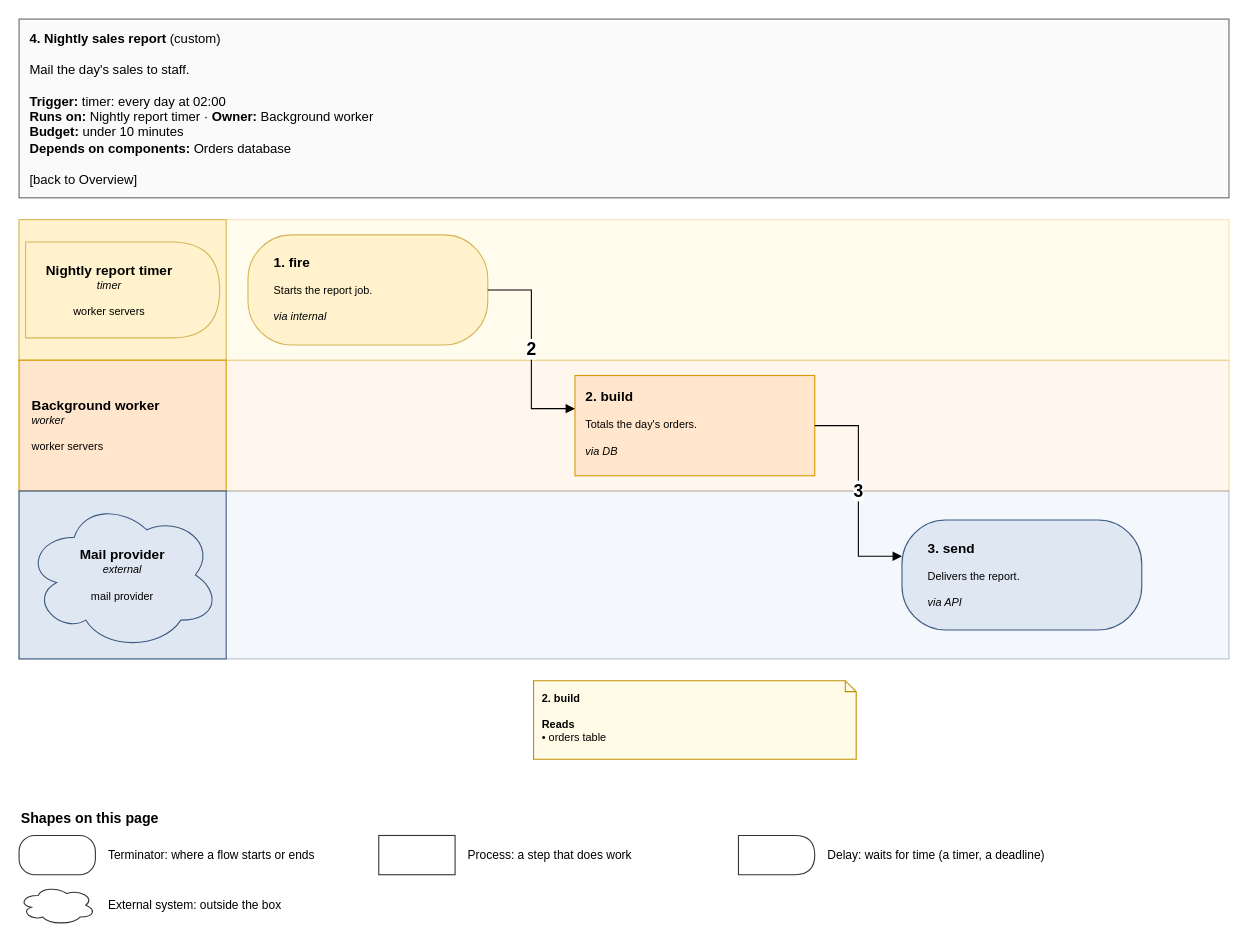
Above: page "4. Nightly sales report" (6 of 7) of specialists/platform/skill-drawio/examples/shop/drawio/flows.drawio in amalikn/skills_stuff (draw.io), before the change. Source tidied: cells renumbered, new cells numbered last; positions are measured from the earlier drawing's top-left corner, leaving out a move shared by most shapes. Both pictures are drawn from the tidied source at 109%, with x=0, y=0 at pixel (19, 19).
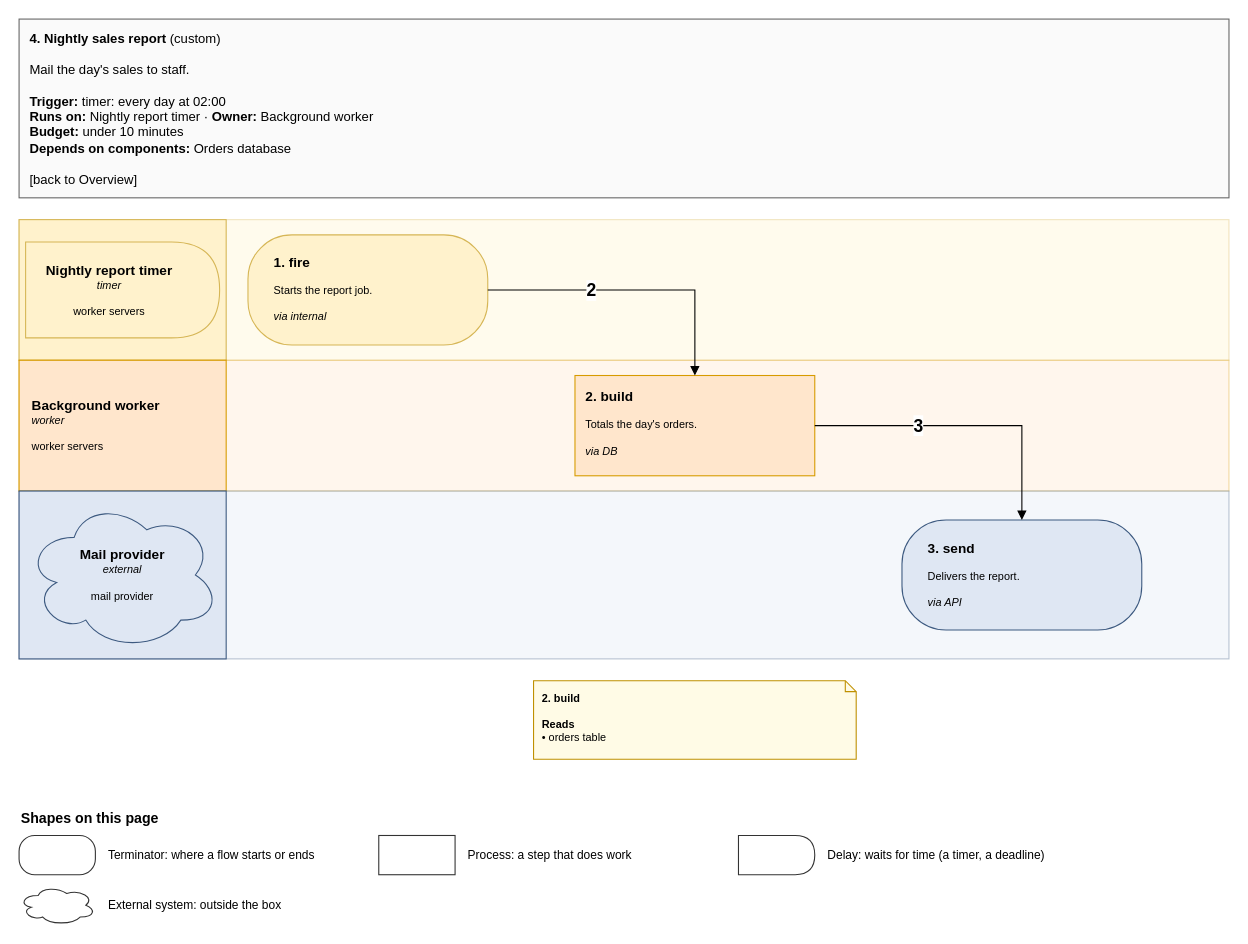
The same diagram, later.

The change refers to these unchanged cells:
```xml
<mxCell id="11" value="&lt;span style=&quot;font-size:125%&quot;&gt;&lt;b&gt;1. fire&lt;/b&gt;&lt;/span&gt;&lt;br&gt; &lt;br&gt;Starts the report job.&lt;br&gt; &lt;br&gt;&lt;i&gt;via internal&lt;/i&gt;" style="rounded=1;whiteSpace=wrap;html=1;fillColor=#fff2cc;strokeColor=#d6b656;fontSize=11;arcSize=8;fontSize=10;align=left;verticalAlign=top;spacingLeft=8;spacingRight=6;spacingTop=6;rounded=1;arcSize=40;spacingLeft=22;spacingRight=18;spacingTop=12;" parent="1" vertex="1">
  <mxGeometry x="210" y="198" width="220" height="101" as="geometry" />
</mxCell>
<mxCell id="12" value="&lt;span style=&quot;font-size:125%&quot;&gt;&lt;b&gt;2. build&lt;/b&gt;&lt;/span&gt;&lt;br&gt; &lt;br&gt;Totals the day&amp;#x27;s orders.&lt;br&gt; &lt;br&gt;&lt;i&gt;via DB&lt;/i&gt;" style="rounded=1;whiteSpace=wrap;html=1;fillColor=#ffe6cc;strokeColor=#d79b00;fontSize=11;arcSize=8;fontSize=10;align=left;verticalAlign=top;spacingLeft=8;spacingRight=6;spacingTop=6;rounded=0;" parent="1" vertex="1">
  <mxGeometry x="510" y="327" width="220" height="92" as="geometry" />
</mxCell>
<mxCell id="14" value="&lt;span style=&quot;font-size:125%&quot;&gt;&lt;b&gt;3. send&lt;/b&gt;&lt;/span&gt;&lt;br&gt; &lt;br&gt;Delivers the report.&lt;br&gt; &lt;br&gt;&lt;i&gt;via API&lt;/i&gt;" style="rounded=1;whiteSpace=wrap;html=1;fillColor=#dfe7f3;strokeColor=#3d5a80;fontSize=11;arcSize=8;fontSize=10;align=left;verticalAlign=top;spacingLeft=8;spacingRight=6;spacingTop=6;rounded=1;arcSize=40;spacingLeft=22;spacingRight=18;spacingTop=12;" parent="1" vertex="1">
  <mxGeometry x="810" y="459.5" width="220" height="101" as="geometry" />
</mxCell>
```

Diff of the diagram source:
```diff
@@
-    <mxCell id="24" style="edgeStyle=none;rounded=0;html=1;endArrow=block;endFill=1;strokeColor=#000000;jumpStyle=arc;jumpSize=6;exitX=1;exitY=0.5;entryX=0;entryY=0.3304;exitPerimeter=0;entryPerimeter=0;" parent="1" edge="1" source="11" target="12">
+    <mxCell id="24" style="edgeStyle=none;rounded=0;html=1;endArrow=block;endFill=1;jumpStyle=arc;jumpSize=6;strokeColor=#000000;exitX=1;exitY=0.5;entryX=0.5;entryY=0;exitPerimeter=0;entryPerimeter=0;" parent="1" edge="1" source="11" target="12">
       <mxGeometry relative="1" as="geometry">
         <Array as="points">
-          <mxPoint x="470" y="248.5" />
-          <mxPoint x="470" y="357.4" />
+          <mxPoint x="620" y="248.5" />
         </Array>
       </mxGeometry>
     </mxCell>
-    <mxCell id="25" value="&lt;b&gt;2&lt;/b&gt;" style="text;html=1;align=center;verticalAlign=middle;fontSize=16;fontStyle=1;labelBackgroundColor=#ffffff;" parent="1" vertex="1">
-      <mxGeometry x="456.5" y="291.9" width="27" height="22" as="geometry" />
+    <mxCell id="25" value="&lt;b&gt;2&lt;/b&gt;" style="text;html=1;align=center;verticalAlign=middle;fontSize=16;fontStyle=1;labelBackgroundColor=#ffffff;fontColor=#000000;" parent="1" vertex="1">
+      <mxGeometry x="511.5" y="237.5" width="27" height="22" as="geometry" />
     </mxCell>
-    <mxCell id="26" style="edgeStyle=none;rounded=0;html=1;endArrow=block;endFill=1;strokeColor=#000000;jumpStyle=arc;jumpSize=6;exitX=1;exitY=0.5;entryX=0;entryY=0.3297;exitPerimeter=0;entryPerimeter=0;" parent="1" edge="1" source="12" target="14">
+    <mxCell id="26" style="edgeStyle=none;rounded=0;html=1;endArrow=block;endFill=1;jumpStyle=arc;jumpSize=6;strokeColor=#000000;exitX=1;exitY=0.5;entryX=0.5;entryY=0;exitPerimeter=0;entryPerimeter=0;" parent="1" edge="1" source="12" target="14">
       <mxGeometry relative="1" as="geometry">
         <Array as="points">
-          <mxPoint x="770" y="373" />
-          <mxPoint x="770" y="492.8" />
+          <mxPoint x="920" y="373" />
         </Array>
       </mxGeometry>
     </mxCell>
-    <mxCell id="27" value="&lt;b&gt;3&lt;/b&gt;" style="text;html=1;align=center;verticalAlign=middle;fontSize=16;fontStyle=1;labelBackgroundColor=#ffffff;" parent="1" vertex="1">
-      <mxGeometry x="756.5" y="421.9" width="27" height="22" as="geometry" />
+    <mxCell id="27" value="&lt;b&gt;3&lt;/b&gt;" style="text;html=1;align=center;verticalAlign=middle;fontSize=16;fontStyle=1;labelBackgroundColor=#ffffff;fontColor=#000000;" parent="1" vertex="1">
+      <mxGeometry x="811.5" y="362" width="27" height="22" as="geometry" />
     </mxCell>
```
